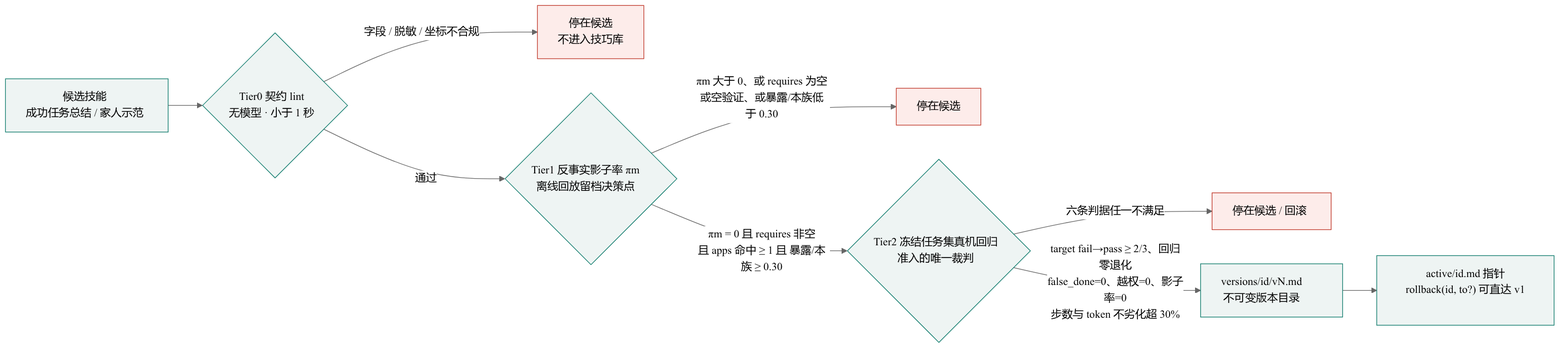
Above: docs/aic-2026/figures/fig8.png in lhxll07/elder-harness (Mermaid), before the change. Its source is kept beside it as docs/aic-2026/figures/fig8.mmd.
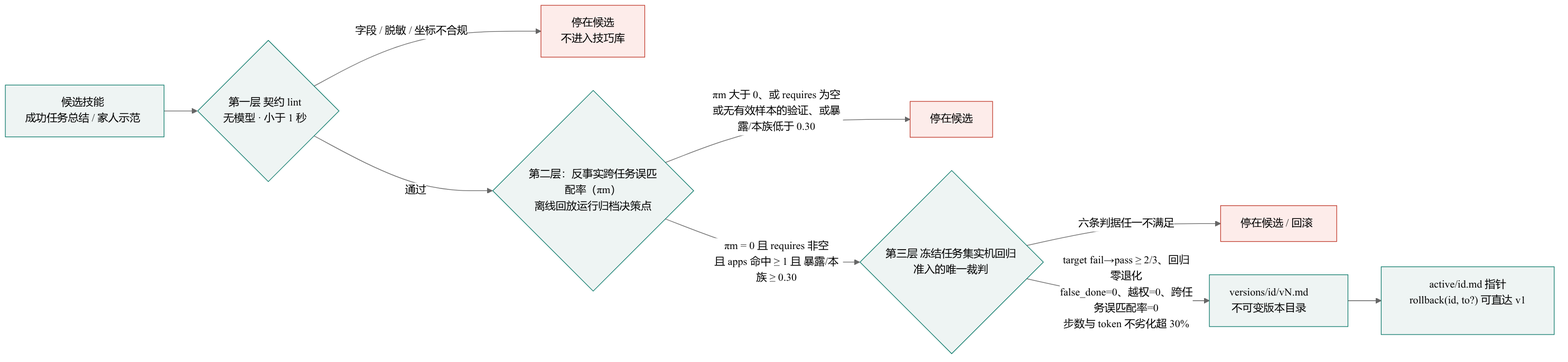
Later version of the same file.

Change to the diagram source:
```diff
@@ -1,12 +1,12 @@
 %%{init: {"theme":"neutral","themeVariables":{"fontFamily":"Noto Sans CJK SC, sans-serif","fontSize":"16px"}}}%%
 flowchart LR
-  C["候选技能<br/>成功任务总结 / 家人示范"] --> T0{"Tier0 契约 lint<br/>无模型 · 小于 1 秒"}
+  C["候选技能<br/>成功任务总结 / 家人示范"] --> T0{"第一层 契约 lint<br/>无模型 · 小于 1 秒"}
   T0 -->|字段 / 脱敏 / 坐标不合规| STOP0["停在候选<br/>不进入技巧库"]
-  T0 -->|通过| T1{"Tier1 反事实影子率 πm<br/>离线回放留档决策点"}
-  T1 -->|πm 大于 0、或 requires 为空<br/>或空验证、或暴露/本族低于 0.30| STOP1["停在候选"]
-  T1 -->|πm = 0 且 requires 非空<br/>且 apps 命中 ≥ 1 且 暴露/本族 ≥ 0.30| T2{"Tier2 冻结任务集真机回归<br/>准入的唯一裁判"}
+  T0 -->|通过| T1{"第二层：反事实跨任务误匹配率（πm）<br/>离线回放运行归档决策点"}
+  T1 -->|πm 大于 0、或 requires 为空<br/>或无有效样本的验证、或暴露/本族低于 0.30| STOP1["停在候选"]
+  T1 -->|πm = 0 且 requires 非空<br/>且 apps 命中 ≥ 1 且 暴露/本族 ≥ 0.30| T2{"第三层 冻结任务集实机回归<br/>准入的唯一裁判"}
   T2 -->|六条判据任一不满足| STOP2["停在候选 / 回滚"]
-  T2 -->|target fail→pass ≥ 2/3、回归零退化<br/>false_done=0、越权=0、影子率=0<br/>步数与 token 不劣化超 30%| V["versions/id/vN.md<br/>不可变版本目录"]
+  T2 -->|target fail→pass ≥ 2/3、回归零退化<br/>false_done=0、越权=0、跨任务误匹配率=0<br/>步数与 token 不劣化超 30%| V["versions/id/vN.md<br/>不可变版本目录"]
   V --> ACT["active/id.md 指针<br/>rollback(id, to?) 可直达 v1"]
   classDef stop fill:#fdecea,stroke:#c0392b
   classDef go fill:#eef4f3,stroke:#0f7b6c
```
